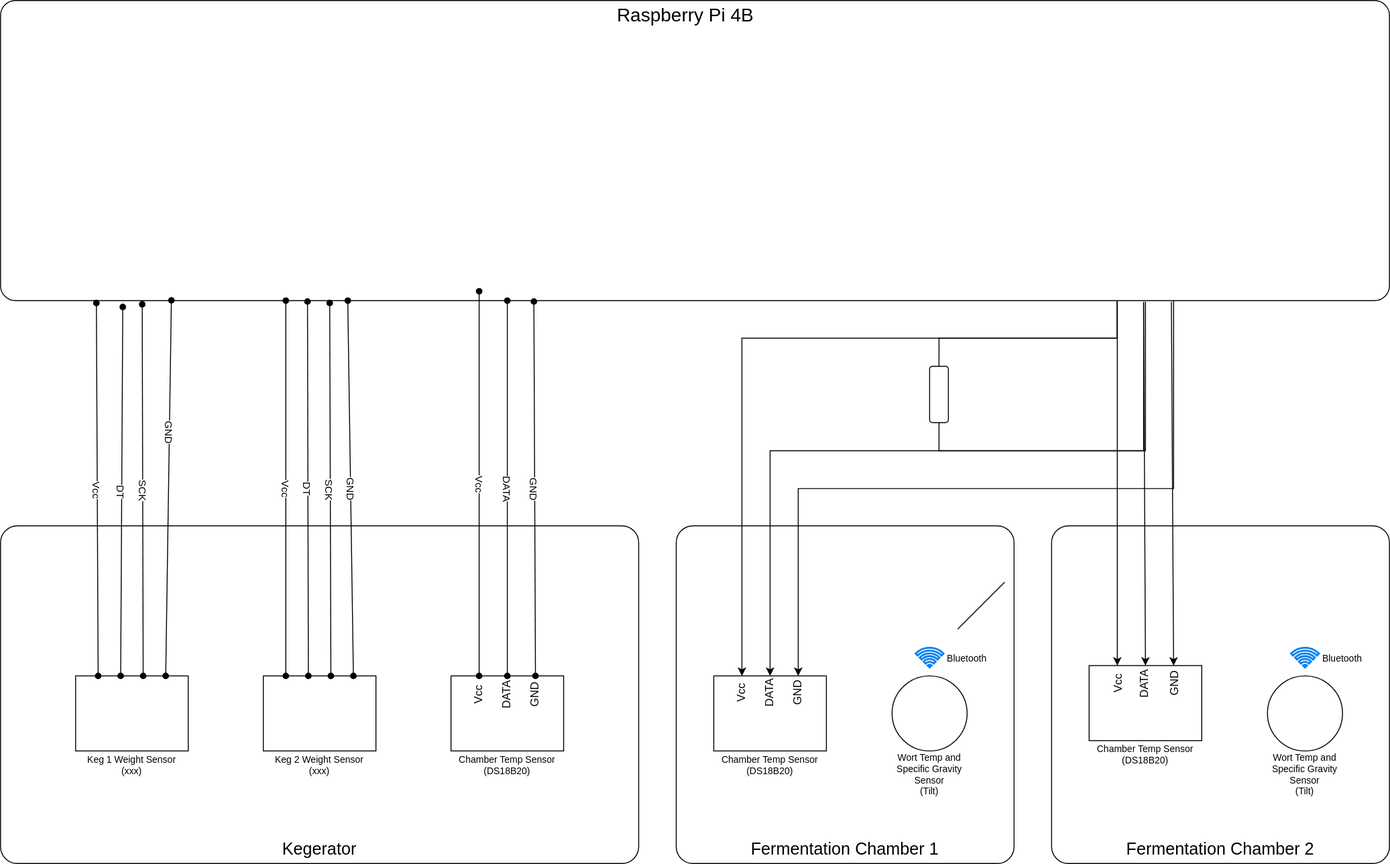
Before: BreweryMonitor.drawio.svg, a diagram exported from draw.io (austinshinkle/OB_BreweryMonitor). Source tidied: cells renumbered, new cells last; positions are measured from the earlier drawing's top-left corner, leaving out a move shared by most shapes.
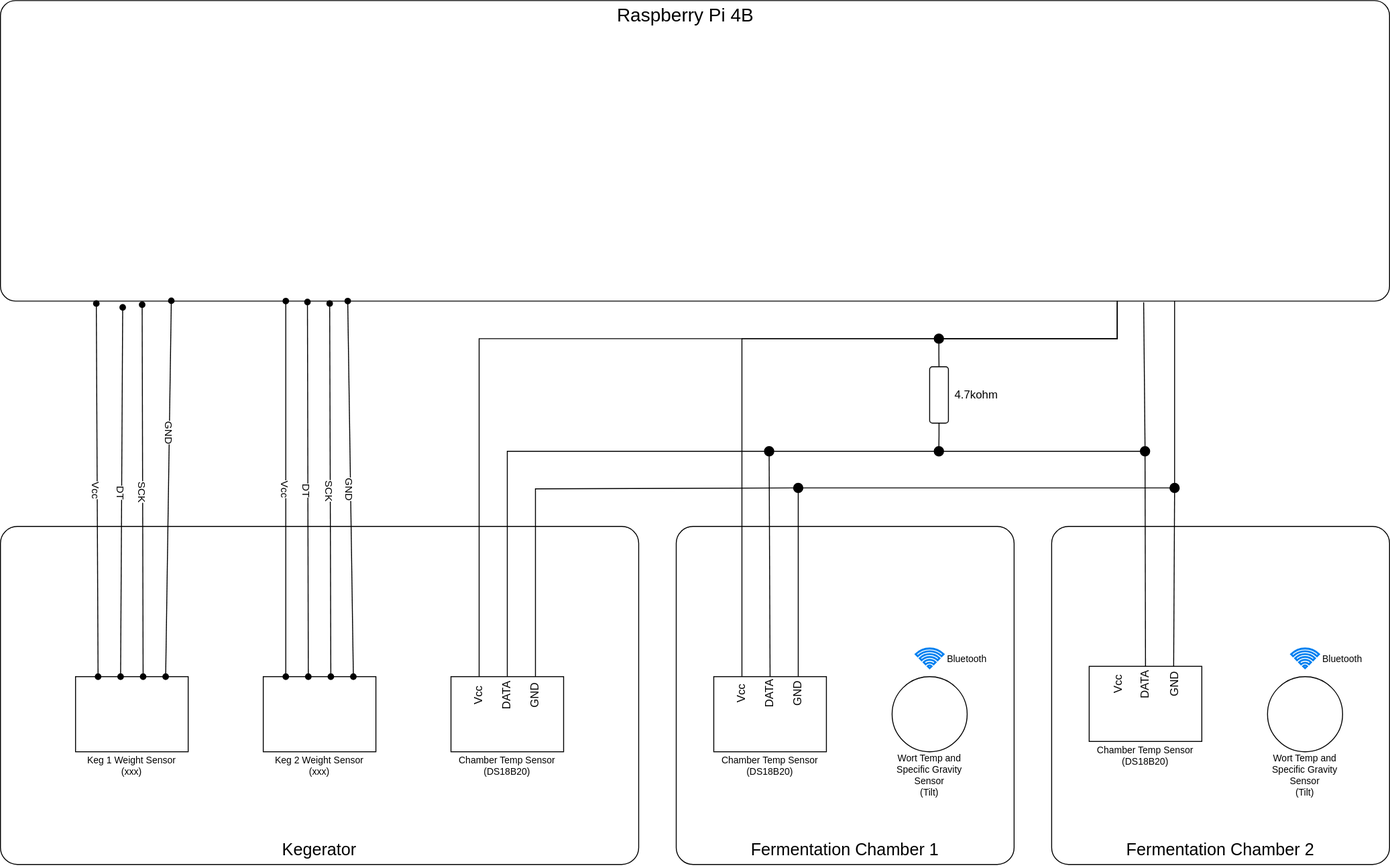
The same file after the commit.

What changed in the source:
```diff
@@ -114,25 +114,16 @@
     <mxCell id="37" value="&lt;div&gt;Chamber Temp Sensor&lt;/div&gt;&lt;div&gt;(DS18B20)&lt;br&gt;&lt;/div&gt;" style="text;html=1;align=center;verticalAlign=middle;whiteSpace=wrap;rounded=0;fontSize=10;" parent="1" vertex="1">
       <mxGeometry x="760" y="800" width="120" height="30" as="geometry" />
     </mxCell>
-    <mxCell id="38" style="endArrow=classic;html=1;rounded=0;entryX=0.75;entryY=0;entryDx=0;entryDy=0;edgeStyle=elbowEdgeStyle;elbow=vertical;" parent="1" edge="1" target="36">
-      <mxGeometry relative="1" as="geometry">
-        <mxPoint x="1250" y="320" as="sourcePoint" />
-      </mxGeometry>
+    <mxCell id="38" style="endArrow=none;html=1;rounded=0;entryX=0.75;entryY=0;entryDx=0;entryDy=0;edgeStyle=elbowEdgeStyle;elbow=vertical;jumpStyle=none;startArrow=none;startFill=0;endFill=0;" parent="1" edge="1" source="73" target="36">
+      <mxGeometry relative="1" as="geometry" />
     </mxCell>
-    <mxCell id="39" style="endArrow=classic;html=1;rounded=0;entryX=0.25;entryY=0;entryDx=0;entryDy=0;edgeStyle=elbowEdgeStyle;elbow=vertical;exitX=0.804;exitY=1.004;exitDx=0;exitDy=0;exitPerimeter=0;" parent="1" edge="1" source="2" target="36">
+    <mxCell id="39" style="endArrow=none;html=1;rounded=0;entryX=0.25;entryY=0;entryDx=0;entryDy=0;edgeStyle=elbowEdgeStyle;elbow=vertical;exitX=0.804;exitY=1.004;exitDx=0;exitDy=0;exitPerimeter=0;jumpStyle=none;startArrow=none;startFill=0;endFill=0;" parent="1" edge="1" source="2" target="36">
       <mxGeometry relative="1" as="geometry">
         <Array as="points">
           <mxPoint x="1020" y="360" />
         </Array>
       </mxGeometry>
     </mxCell>
-    <mxCell id="40" style="endArrow=classic;html=1;rounded=0;entryX=0.5;entryY=0;entryDx=0;entryDy=0;edgeStyle=elbowEdgeStyle;elbow=vertical;exitX=0.823;exitY=1.008;exitDx=0;exitDy=0;exitPerimeter=0;" parent="1" edge="1" source="2" target="36">
-      <mxGeometry relative="1" as="geometry">
-        <Array as="points">
-          <mxPoint x="1030" y="480" />
-        </Array>
-      </mxGeometry>
-    </mxCell>
     <mxCell id="41" value="&lt;div&gt;Keg 1 Weight Sensor&lt;/div&gt;&lt;div&gt;(xxx)&lt;br&gt;&lt;/div&gt;" style="text;html=1;align=center;verticalAlign=middle;whiteSpace=wrap;rounded=0;fontSize=10;" parent="1" vertex="1">
       <mxGeometry x="80" y="800" width="120" height="30" as="geometry" />
     </mxCell>
@@ -142,43 +133,31 @@
     <mxCell id="43" value="&lt;div&gt;Chamber Temp Sensor&lt;/div&gt;&lt;div&gt;(DS18B20)&lt;br&gt;&lt;/div&gt;" style="text;html=1;align=center;verticalAlign=middle;whiteSpace=wrap;rounded=0;fontSize=10;" parent="1" vertex="1">
       <mxGeometry x="480" y="800" width="120" height="30" as="geometry" />
     </mxCell>
-    <mxCell id="44" style="endArrow=oval;html=1;rounded=0;entryX=0.75;entryY=0;entryDx=0;entryDy=0;exitX=0.384;exitY=1.003;exitDx=0;exitDy=0;exitPerimeter=0;startArrow=oval;startFill=1;endFill=1;" parent="1" edge="1" source="2" target="42">
-      <mxGeometry relative="1" as="geometry" />
+    <mxCell id="44" style="endArrow=none;html=1;rounded=0;entryX=0.75;entryY=0;entryDx=0;entryDy=0;startArrow=none;startFill=0;endFill=0;edgeStyle=elbowEdgeStyle;elbow=vertical;jumpStyle=none;exitX=0;exitY=0.5;exitDx=0;exitDy=0;" parent="1" edge="1" source="73" target="42">
+      <mxGeometry relative="1" as="geometry">
+        <Array as="points">
+          <mxPoint x="710" y="520" />
+        </Array>
+      </mxGeometry>
     </mxCell>
-    <mxCell id="45" value="GND" style="edgeLabel;html=1;align=center;verticalAlign=middle;rotation=90;" parent="44" vertex="1">
-      <mxGeometry relative="1" as="geometry" />
-    </mxCell>
-    <mxCell id="46" style="endArrow=oval;html=1;rounded=0;entryX=0.25;entryY=0;entryDx=0;entryDy=0;startArrow=oval;startFill=1;endFill=1;" parent="1" edge="1" target="42">
+    <mxCell id="46" style="endArrow=none;html=1;rounded=0;entryX=0.25;entryY=0;entryDx=0;entryDy=0;startArrow=none;startFill=0;endFill=0;edgeStyle=elbowEdgeStyle;elbow=vertical;jumpStyle=none;" parent="1" edge="1" target="42">
       <mxGeometry relative="1" as="geometry">
-        <mxPoint x="510" y="310" as="sourcePoint" />
+        <mxPoint x="1190" y="320" as="sourcePoint" />
+        <Array as="points">
+          <mxPoint x="870" y="360" />
+        </Array>
       </mxGeometry>
     </mxCell>
-    <mxCell id="47" value="Vcc" style="edgeLabel;html=1;align=center;verticalAlign=middle;rotation=90;" parent="46" vertex="1">
-      <mxGeometry relative="1" as="geometry" />
-    </mxCell>
-    <mxCell id="48" style="endArrow=oval;html=1;rounded=0;entryX=0.5;entryY=0;entryDx=0;entryDy=0;startArrow=oval;startFill=1;endFill=1;" parent="1" edge="1" target="42">
-      <mxGeometry relative="1" as="geometry">
-        <mxPoint x="540" y="320" as="sourcePoint" />
-      </mxGeometry>
-    </mxCell>
-    <mxCell id="49" value="DATA" style="edgeLabel;html=1;align=center;verticalAlign=middle;rotation=90;" parent="48" vertex="1">
-      <mxGeometry relative="1" as="geometry" />
-    </mxCell>
     <mxCell id="50" style="rounded=0;whiteSpace=wrap;html=1;" parent="1" vertex="1">
       <mxGeometry x="1160" y="709" width="120" height="80" as="geometry" />
     </mxCell>
     <mxCell id="51" value="&lt;div&gt;Chamber Temp Sensor&lt;/div&gt;&lt;div&gt;(DS18B20)&lt;br&gt;&lt;/div&gt;" style="text;html=1;align=center;verticalAlign=middle;whiteSpace=wrap;rounded=0;fontSize=10;" parent="1" vertex="1">
       <mxGeometry x="1160" y="789" width="120" height="30" as="geometry" />
     </mxCell>
-    <mxCell id="52" style="endArrow=classic;html=1;rounded=0;entryX=0.75;entryY=0;entryDx=0;entryDy=0;exitX=0.843;exitY=1.004;exitDx=0;exitDy=0;exitPerimeter=0;" parent="1" edge="1" source="2" target="50">
+    <mxCell id="52" style="endArrow=none;html=1;rounded=0;entryX=0.75;entryY=0;entryDx=0;entryDy=0;jumpStyle=none;startArrow=none;startFill=0;endFill=0;exitX=0.5;exitY=1;exitDx=0;exitDy=0;" parent="1" edge="1" source="71" target="50">
       <mxGeometry relative="1" as="geometry" />
     </mxCell>
-    <mxCell id="53" style="endArrow=classic;html=1;rounded=0;entryX=0.25;entryY=0;entryDx=0;entryDy=0;" parent="1" edge="1" target="50">
-      <mxGeometry relative="1" as="geometry">
-        <mxPoint x="1190" y="320" as="sourcePoint" />
-      </mxGeometry>
-    </mxCell>
-    <mxCell id="54" style="endArrow=classic;html=1;rounded=0;entryX=0.5;entryY=0;entryDx=0;entryDy=0;exitX=0.823;exitY=1.004;exitDx=0;exitDy=0;exitPerimeter=0;" parent="1" edge="1" source="2" target="50">
+    <mxCell id="54" style="endArrow=none;html=1;rounded=0;entryX=0.5;entryY=0;entryDx=0;entryDy=0;exitX=0.5;exitY=1;exitDx=0;exitDy=0;jumpStyle=none;startArrow=none;startFill=0;endFill=0;" parent="1" edge="1" source="75" target="50">
       <mxGeometry relative="1" as="geometry" />
     </mxCell>
     <mxCell id="55" value="Raspberry Pi 4B" style="text;html=1;align=center;verticalAlign=middle;whiteSpace=wrap;rounded=0;fontSize=20;" parent="1" vertex="1">
@@ -211,10 +190,9 @@
     <mxCell id="64" value="GND" style="text;html=1;align=center;verticalAlign=middle;whiteSpace=wrap;rounded=0;horizontal=1;rotation=-90;" parent="1" vertex="1">
       <mxGeometry x="1236" y="723" width="30" height="10" as="geometry" />
     </mxCell>
-    <mxCell id="65" style="edgeStyle=orthogonalEdgeStyle;rounded=0;jettySize=auto;html=1;exitX=1;exitY=0.5;exitDx=0;exitDy=0;entryX=0.804;entryY=1;entryDx=0;entryDy=0;entryPerimeter=0;startArrow=none;startFill=0;endArrow=none;endFill=0;" parent="1" edge="1" source="66" target="2">
+    <mxCell id="65" style="edgeStyle=orthogonalEdgeStyle;rounded=0;jettySize=auto;html=1;exitX=1;exitY=0.5;exitDx=0;exitDy=0;entryX=0.804;entryY=1;entryDx=0;entryDy=0;entryPerimeter=0;startArrow=none;startFill=0;endArrow=none;endFill=0;jumpStyle=none;" parent="1" edge="1" source="83" target="2">
       <mxGeometry relative="1" as="geometry">
         <Array as="points">
-          <mxPoint x="1000" y="360" />
           <mxPoint x="1190" y="360" />
         </Array>
       </mxGeometry>
@@ -222,20 +200,66 @@
     <mxCell id="66" style="rounded=1;whiteSpace=wrap;html=1;rotation=-90;" parent="1" vertex="1">
       <mxGeometry x="970" y="410" width="60" height="20" as="geometry" />
     </mxCell>
-    <mxCell id="67" style="endArrow=none;html=1;rounded=0;" parent="1" edge="1">
-      <mxGeometry relative="1" as="geometry">
-        <mxPoint x="1020" y="670" as="sourcePoint" />
-        <mxPoint x="1070" y="620" as="targetPoint" />
-      </mxGeometry>
-    </mxCell>
-    <mxCell id="68" style="edgeStyle=orthogonalEdgeStyle;rounded=0;jettySize=auto;html=1;exitX=0;exitY=0.5;exitDx=0;exitDy=0;entryX=0.824;entryY=1.003;entryDx=0;entryDy=0;entryPerimeter=0;startArrow=none;startFill=0;endArrow=none;endFill=0;" parent="1" edge="1" source="66" target="2">
-      <mxGeometry relative="1" as="geometry">
-        <Array as="points">
-          <mxPoint x="1000" y="480" />
-          <mxPoint x="1220" y="480" />
-          <mxPoint x="1220" y="321" />
-        </Array>
-      </mxGeometry>
-    </mxCell>
+    <mxCell id="69" value="4.7kohm" style="text;html=1;align=center;verticalAlign=middle;whiteSpace=wrap;rounded=0;" parent="1" vertex="1">
+      <mxGeometry x="1010" y="405" width="60" height="30" as="geometry" />
+    </mxCell>
+    <mxCell id="70" style="endArrow=none;html=1;rounded=0;startArrow=none;startFill=0;endFill=0;edgeStyle=elbowEdgeStyle;elbow=vertical;jumpStyle=none;exitX=0;exitY=0.5;exitDx=0;exitDy=0;" parent="1" edge="1" source="82">
+      <mxGeometry relative="1" as="geometry">
+        <mxPoint x="1000" y="480" as="targetPoint" />
+      </mxGeometry>
+    </mxCell>
+    <mxCell id="71" style="ellipse;whiteSpace=wrap;html=1;fillColor=#000000;" parent="1" vertex="1">
+      <mxGeometry x="1246" y="514" width="10" height="10" as="geometry" />
+    </mxCell>
+    <mxCell id="72" style="endArrow=none;html=1;rounded=0;edgeStyle=elbowEdgeStyle;elbow=vertical;jumpStyle=none;entryX=1;entryY=0.5;entryDx=0;entryDy=0;endFill=0;" parent="1" edge="1" target="73">
+      <mxGeometry relative="1" as="geometry">
+        <mxPoint x="1250" y="519" as="sourcePoint" />
+        <Array as="points">
+          <mxPoint x="1050" y="519" />
+        </Array>
+      </mxGeometry>
+    </mxCell>
+    <mxCell id="73" style="ellipse;whiteSpace=wrap;html=1;fillColor=#000000;" parent="1" vertex="1">
+      <mxGeometry x="845" y="514" width="10" height="10" as="geometry" />
+    </mxCell>
+    <mxCell id="74" style="endArrow=none;html=1;rounded=0;entryX=0.5;entryY=0;entryDx=0;entryDy=0;exitX=0.823;exitY=1.004;exitDx=0;exitDy=0;exitPerimeter=0;jumpStyle=none;startArrow=none;startFill=0;endFill=0;" parent="1" edge="1" source="2" target="75">
+      <mxGeometry relative="1" as="geometry" />
+    </mxCell>
+    <mxCell id="75" style="ellipse;whiteSpace=wrap;html=1;fillColor=#000000;" parent="1" vertex="1">
+      <mxGeometry x="1214.5" y="475" width="10" height="10" as="geometry" />
+    </mxCell>
+    <mxCell id="76" style="ellipse;whiteSpace=wrap;html=1;fillColor=#000000;" parent="1" vertex="1">
+      <mxGeometry x="814" y="475" width="10" height="10" as="geometry" />
+    </mxCell>
+    <mxCell id="77" style="endArrow=none;html=1;rounded=0;entryX=0.5;entryY=0;entryDx=0;entryDy=0;jumpStyle=none;startArrow=none;startFill=0;endFill=0;" parent="1" edge="1" target="71">
+      <mxGeometry relative="1" as="geometry">
+        <mxPoint x="1251" y="320" as="sourcePoint" />
+      </mxGeometry>
+    </mxCell>
+    <mxCell id="78" style="endArrow=none;html=1;rounded=0;elbow=vertical;jumpStyle=none;entryX=1;entryY=0.5;entryDx=0;entryDy=0;endFill=0;exitX=0;exitY=0.5;exitDx=0;exitDy=0;" parent="1" edge="1" source="75" target="76">
+      <mxGeometry relative="1" as="geometry" />
+    </mxCell>
+    <mxCell id="79" style="endArrow=none;html=1;rounded=0;entryX=0.5;entryY=0;entryDx=0;entryDy=0;startArrow=none;startFill=0;endFill=0;edgeStyle=elbowEdgeStyle;elbow=vertical;jumpStyle=none;exitX=0;exitY=0.5;exitDx=0;exitDy=0;" parent="1" edge="1" source="76" target="42">
+      <mxGeometry relative="1" as="geometry">
+        <Array as="points">
+          <mxPoint x="700" y="480" />
+        </Array>
+      </mxGeometry>
+    </mxCell>
+    <mxCell id="80" style="endArrow=none;html=1;rounded=0;entryX=0.5;entryY=0;entryDx=0;entryDy=0;elbow=vertical;jumpStyle=none;startArrow=none;startFill=0;endFill=0;exitX=0.5;exitY=1;exitDx=0;exitDy=0;" parent="1" edge="1" source="76" target="36">
+      <mxGeometry relative="1" as="geometry" />
+    </mxCell>
+    <mxCell id="81" style="endArrow=none;html=1;rounded=0;startArrow=none;startFill=0;endFill=0;edgeStyle=elbowEdgeStyle;elbow=vertical;jumpStyle=none;exitX=0;exitY=0.5;exitDx=0;exitDy=0;" parent="1" edge="1" source="66" target="82">
+      <mxGeometry relative="1" as="geometry" />
+    </mxCell>
+    <mxCell id="82" style="ellipse;whiteSpace=wrap;html=1;fillColor=#000000;" parent="1" vertex="1">
+      <mxGeometry x="994.8" y="475" width="10" height="10" as="geometry" />
+    </mxCell>
+    <mxCell id="83" style="ellipse;whiteSpace=wrap;html=1;fillColor=#000000;" parent="1" vertex="1">
+      <mxGeometry x="994.8" y="355" width="10" height="10" as="geometry" />
+    </mxCell>
+    <mxCell id="84" style="endArrow=none;html=1;rounded=0;startArrow=none;startFill=0;endFill=0;edgeStyle=elbowEdgeStyle;elbow=vertical;jumpStyle=none;exitX=0.5;exitY=1;exitDx=0;exitDy=0;entryX=1;entryY=0.5;entryDx=0;entryDy=0;" parent="1" edge="1" source="83" target="66">
+      <mxGeometry relative="1" as="geometry" />
+    </mxCell>
   </root>
 </mxGraphModel>
```
